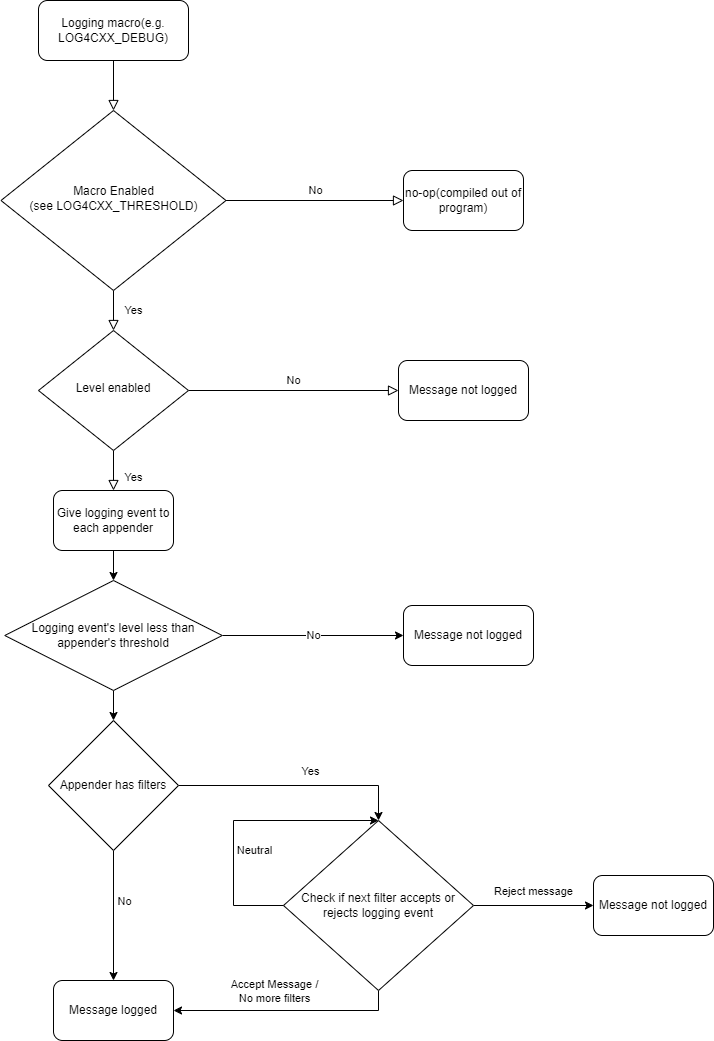
The draw.io diagram src/site/images/log4cxx-flow.png in apache/logging-log4cxx, before a commit. Source tidied: cells renumbered, new cells last; positions are measured from the earlier drawing's top-left corner, leaving out a move shared by most shapes.
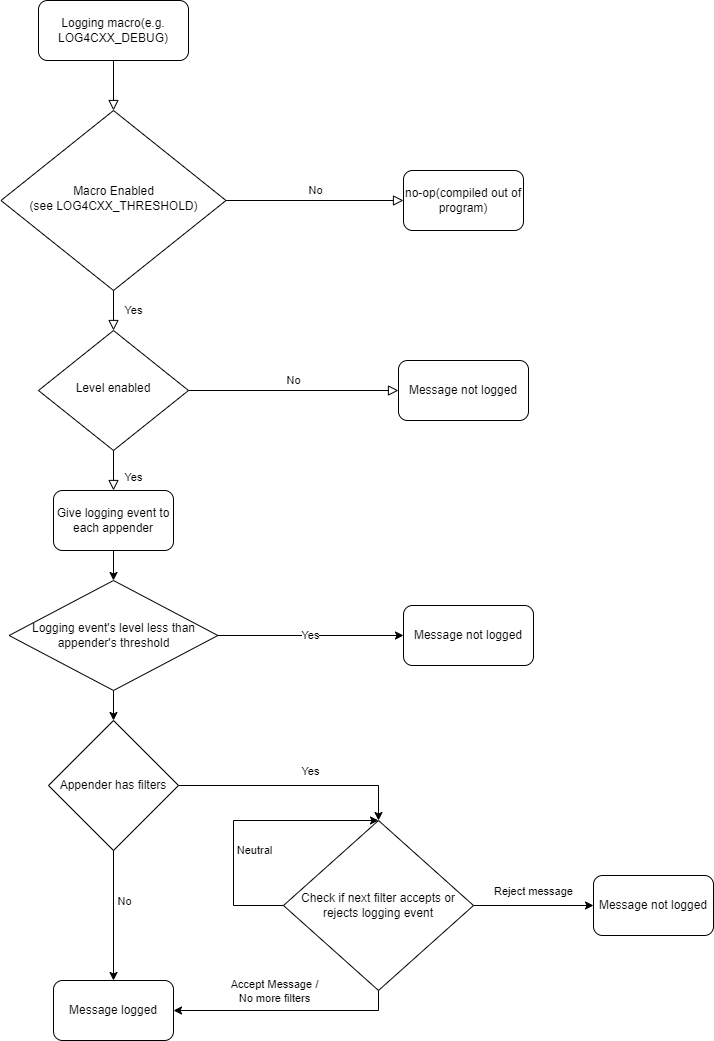
The same file after the commit.

Commit message:
Add appender threshold check to log message flow diagram

Diff of the diagram source:
```diff
@@ -95,7 +95,7 @@
         <mxPoint x="16" as="offset" />
       </mxGeometry>
     </mxCell>
-    <mxCell id="28" value="No" style="edgeStyle=orthogonalEdgeStyle;rounded=0;jettySize=auto;html=1;exitX=1;exitY=0.5;exitDx=0;exitDy=0;" parent="1" edge="1" source="31" target="29">
+    <mxCell id="28" value="Yes" style="edgeStyle=orthogonalEdgeStyle;rounded=0;jettySize=auto;html=1;exitX=1;exitY=0.5;exitDx=0;exitDy=0;" parent="1" edge="1" source="31" target="29">
       <mxGeometry relative="1" as="geometry" />
     </mxCell>
     <mxCell id="29" value="Message not logged" style="rounded=1;whiteSpace=wrap;html=1;fontSize=12;glass=0;strokeWidth=1;shadow=0;" parent="1" vertex="1">
@@ -105,7 +105,7 @@
       <mxGeometry relative="1" as="geometry" />
     </mxCell>
     <mxCell id="31" value="Logging event's level less than appender's threshold" style="rhombus;whiteSpace=wrap;html=1;" parent="1" vertex="1">
-      <mxGeometry x="3.2" y="580" width="217.5" height="110" as="geometry" />
+      <mxGeometry x="7.6" y="580" width="208.8" height="110" as="geometry" />
     </mxCell>
   </root>
 </mxGraphModel>
```
